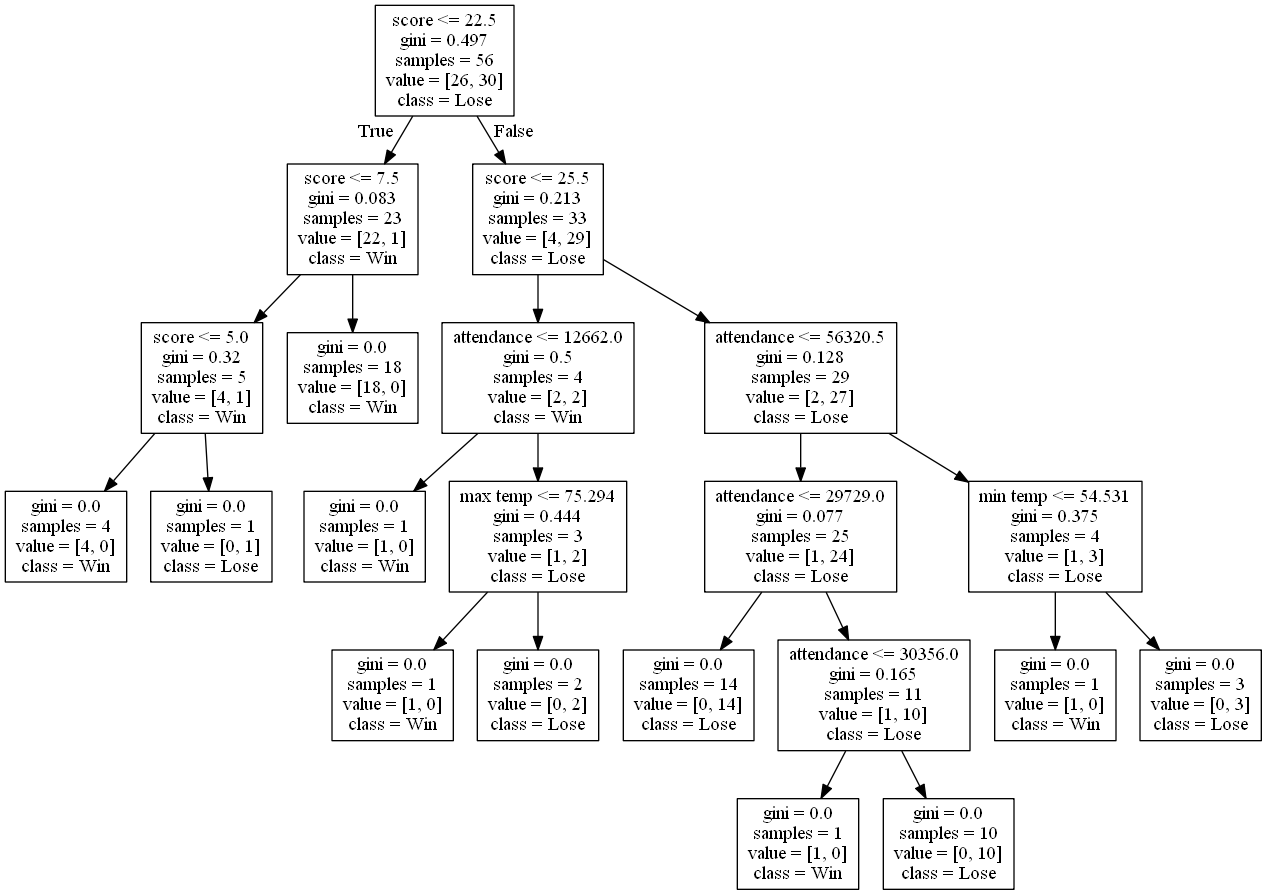
The Graphviz diagram DecisionTrees/decision_tree_with_score14.png in alexana-steck/CSE482Project, before a commit. Its source is kept beside it as DecisionTrees/decision_tree_with_score14.dot. The source it was exported from:
```dot
digraph Tree {
node [shape=box] ;
0 [label="score <= 22.5\ngini = 0.497\nsamples = 56\nvalue = [26, 30]\nclass = Lose"] ;
1 [label="score <= 7.5\ngini = 0.083\nsamples = 23\nvalue = [22, 1]\nclass = Win"] ;
0 -> 1 [labeldistance=2.5, labelangle=45, headlabel="True"] ;
2 [label="score <= 5.0\ngini = 0.32\nsamples = 5\nvalue = [4, 1]\nclass = Win"] ;
1 -> 2 ;
3 [label="gini = 0.0\nsamples = 4\nvalue = [4, 0]\nclass = Win"] ;
2 -> 3 ;
4 [label="gini = 0.0\nsamples = 1\nvalue = [0, 1]\nclass = Lose"] ;
2 -> 4 ;
5 [label="gini = 0.0\nsamples = 18\nvalue = [18, 0]\nclass = Win"] ;
1 -> 5 ;
6 [label="score <= 25.5\ngini = 0.213\nsamples = 33\nvalue = [4, 29]\nclass = Lose"] ;
0 -> 6 [labeldistance=2.5, labelangle=-45, headlabel="False"] ;
7 [label="attendance <= 12662.0\ngini = 0.5\nsamples = 4\nvalue = [2, 2]\nclass = Win"] ;
6 -> 7 ;
8 [label="gini = 0.0\nsamples = 1\nvalue = [1, 0]\nclass = Win"] ;
7 -> 8 ;
9 [label="max temp <= 75.294\ngini = 0.444\nsamples = 3\nvalue = [1, 2]\nclass = Lose"] ;
7 -> 9 ;
10 [label="gini = 0.0\nsamples = 1\nvalue = [1, 0]\nclass = Win"] ;
9 -> 10 ;
11 [label="gini = 0.0\nsamples = 2\nvalue = [0, 2]\nclass = Lose"] ;
9 -> 11 ;
12 [label="attendance <= 56320.5\ngini = 0.128\nsamples = 29\nvalue = [2, 27]\nclass = Lose"] ;
6 -> 12 ;
13 [label="attendance <= 29729.0\ngini = 0.077\nsamples = 25\nvalue = [1, 24]\nclass = Lose"] ;
12 -> 13 ;
14 [label="gini = 0.0\nsamples = 14\nvalue = [0, 14]\nclass = Lose"] ;
13 -> 14 ;
15 [label="attendance <= 30356.0\ngini = 0.165\nsamples = 11\nvalue = [1, 10]\nclass = Lose"] ;
13 -> 15 ;
16 [label="gini = 0.0\nsamples = 1\nvalue = [1, 0]\nclass = Win"] ;
15 -> 16 ;
17 [label="gini = 0.0\nsamples = 10\nvalue = [0, 10]\nclass = Lose"] ;
15 -> 17 ;
18 [label="min temp <= 54.531\ngini = 0.375\nsamples = 4\nvalue = [1, 3]\nclass = Lose"] ;
12 -> 18 ;
19 [label="gini = 0.0\nsamples = 1\nvalue = [1, 0]\nclass = Win"] ;
18 -> 19 ;
20 [label="gini = 0.0\nsamples = 3\nvalue = [0, 3]\nclass = Lose"] ;
18 -> 20 ;
}
```
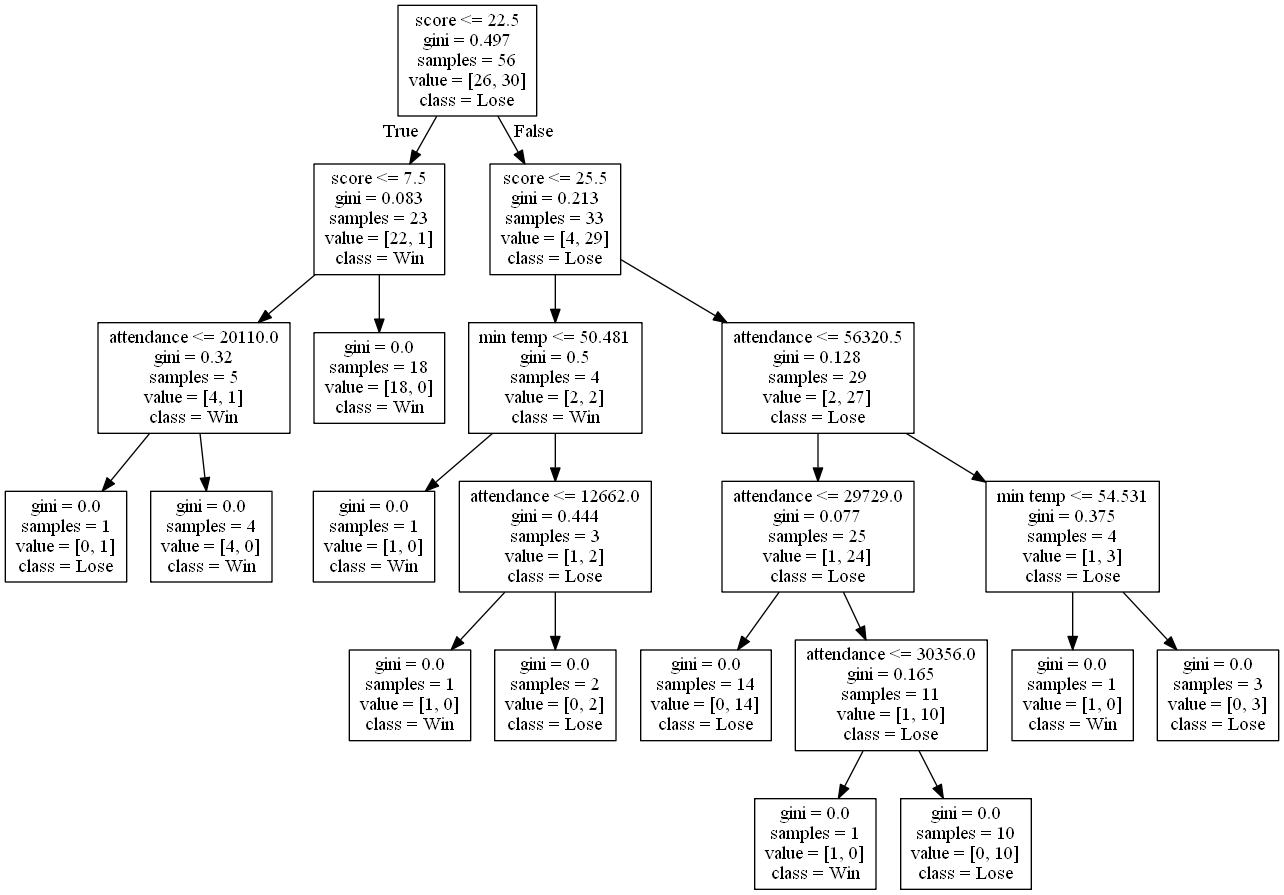
Later version of the same file.

Diff of the diagram source:
```diff
@@ -3,21 +3,21 @@
 0 [label="score <= 22.5\ngini = 0.497\nsamples = 56\nvalue = [26, 30]\nclass = Lose"] ;
 1 [label="score <= 7.5\ngini = 0.083\nsamples = 23\nvalue = [22, 1]\nclass = Win"] ;
 0 -> 1 [labeldistance=2.5, labelangle=45, headlabel="True"] ;
-2 [label="score <= 5.0\ngini = 0.32\nsamples = 5\nvalue = [4, 1]\nclass = Win"] ;
+2 [label="attendance <= 20110.0\ngini = 0.32\nsamples = 5\nvalue = [4, 1]\nclass = Win"] ;
 1 -> 2 ;
-3 [label="gini = 0.0\nsamples = 4\nvalue = [4, 0]\nclass = Win"] ;
+3 [label="gini = 0.0\nsamples = 1\nvalue = [0, 1]\nclass = Lose"] ;
 2 -> 3 ;
-4 [label="gini = 0.0\nsamples = 1\nvalue = [0, 1]\nclass = Lose"] ;
+4 [label="gini = 0.0\nsamples = 4\nvalue = [4, 0]\nclass = Win"] ;
 2 -> 4 ;
 5 [label="gini = 0.0\nsamples = 18\nvalue = [18, 0]\nclass = Win"] ;
 1 -> 5 ;
 6 [label="score <= 25.5\ngini = 0.213\nsamples = 33\nvalue = [4, 29]\nclass = Lose"] ;
 0 -> 6 [labeldistance=2.5, labelangle=-45, headlabel="False"] ;
-7 [label="attendance <= 12662.0\ngini = 0.5\nsamples = 4\nvalue = [2, 2]\nclass = Win"] ;
+7 [label="min temp <= 50.481\ngini = 0.5\nsamples = 4\nvalue = [2, 2]\nclass = Win"] ;
 6 -> 7 ;
 8 [label="gini = 0.0\nsamples = 1\nvalue = [1, 0]\nclass = Win"] ;
 7 -> 8 ;
-9 [label="max temp <= 75.294\ngini = 0.444\nsamples = 3\nvalue = [1, 2]\nclass = Lose"] ;
+9 [label="attendance <= 12662.0\ngini = 0.444\nsamples = 3\nvalue = [1, 2]\nclass = Lose"] ;
 7 -> 9 ;
 10 [label="gini = 0.0\nsamples = 1\nvalue = [1, 0]\nclass = Win"] ;
 9 -> 10 ;
```
